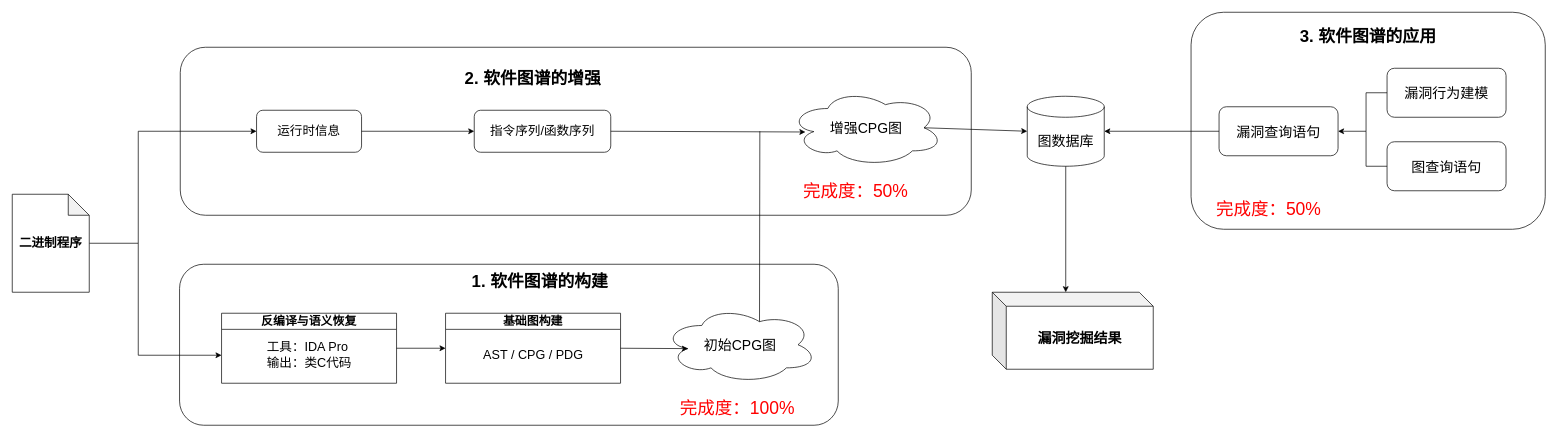
This is MindMap/硕士毕设系统框架-中期.drawio from hourhl/Draw-io, a draw.io file, before an edit. Source tidied: cells renumbered, new cells numbered last; positions are measured from the earlier drawing's top-left corner, leaving out a move shared by most shapes. Both pictures are drawn from the tidied source at 70%, with x=0, y=0 at pixel (12, 12).
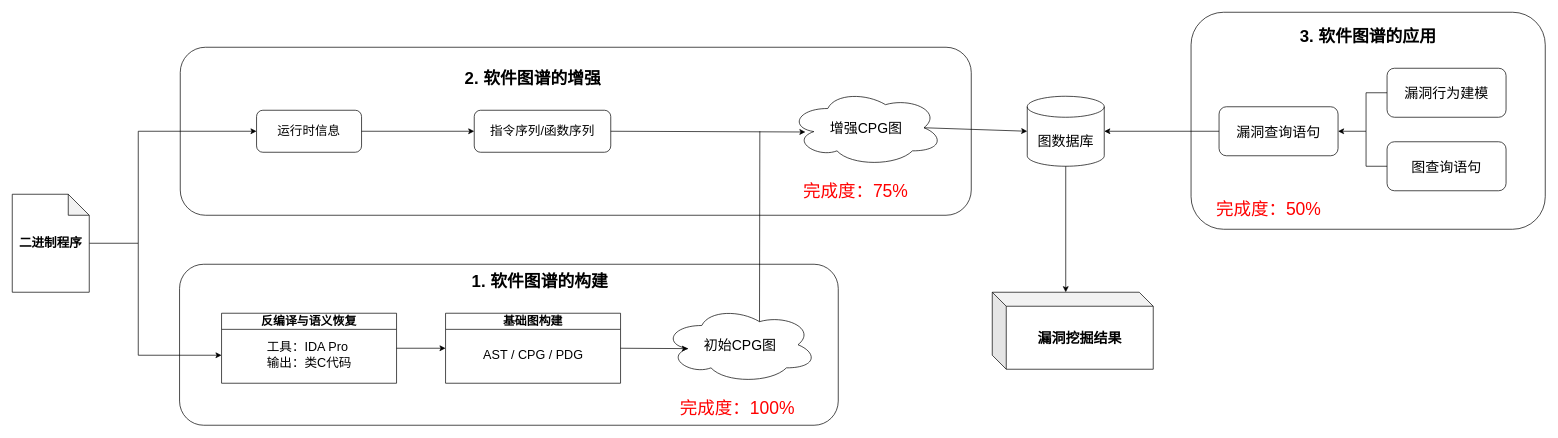
After the change.

Commit message:
更新硕士毕设系统框架-中期.drawio

The edit, as a diff of the source:
```diff
@@
-    <mxCell id="34" value="&lt;font style=&quot;font-size: 25px; color: rgb(255, 0, 0);&quot;&gt;完成度：50%&lt;/font&gt;" style="text;html=1;whiteSpace=wrap;strokeColor=none;fillColor=none;align=center;verticalAlign=middle;rounded=0;" parent="1" vertex="1">
+    <mxCell id="34" value="&lt;font style=&quot;font-size: 25px; color: rgb(255, 0, 0);&quot;&gt;完成度：75%&lt;/font&gt;" style="text;html=1;whiteSpace=wrap;strokeColor=none;fillColor=none;align=center;verticalAlign=middle;rounded=0;" parent="1" vertex="1">
       <mxGeometry x="1070" y="230" width="270" height="50" as="geometry" />
     </mxCell>
```
